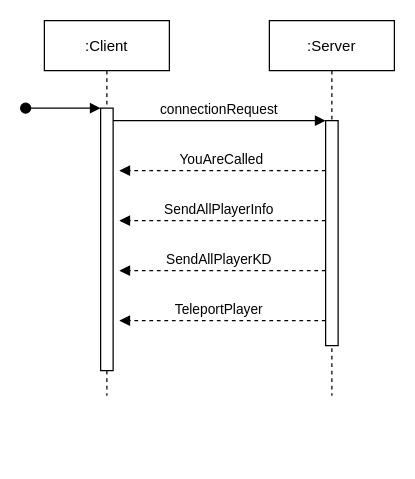
This is clientCreateConnection.drawio from ZHAW-IT19a-Raycasters/RayFighters-Docs, a draw.io file, before an edit. Source tidied: cells renumbered, new cells numbered last; positions are measured from the earlier drawing's top-left corner, leaving out a move shared by most shapes. Both pictures are drawn from the tidied source at 125%, with x=0, y=0 at pixel (25, 20).
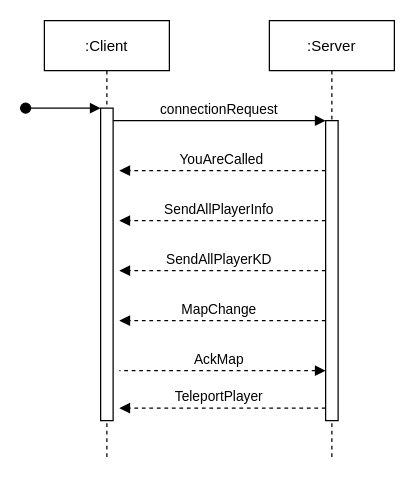
The same diagram, later.

Change to the diagram source:
```diff
@@
     <mxCell id="2" value=":Client" style="shape=umlLifeline;perimeter=lifelinePerimeter;rounded=0;shadow=0;strokeWidth=1;" parent="1" vertex="1">
-      <mxGeometry x="15" width="100" height="300" as="geometry" />
+      <mxGeometry x="15" width="100" height="350" as="geometry" />
     </mxCell>
     <mxCell id="3" style="points=[];perimeter=orthogonalPerimeter;rounded=0;shadow=0;strokeWidth=1;" parent="2" vertex="1">
-      <mxGeometry x="45" y="70" width="10" height="210" as="geometry" />
+      <mxGeometry x="45" y="70" width="10" height="250" as="geometry" />
     </mxCell>
@@
     <mxCell id="5" value=":Server" style="shape=umlLifeline;perimeter=lifelinePerimeter;rounded=0;shadow=0;strokeWidth=1;" parent="1" vertex="1">
-      <mxGeometry x="195" width="100" height="300" as="geometry" />
+      <mxGeometry x="195" width="100" height="350" as="geometry" />
     </mxCell>
     <mxCell id="6" style="points=[];perimeter=orthogonalPerimeter;rounded=0;shadow=0;strokeWidth=1;" parent="5" vertex="1">
-      <mxGeometry x="45" y="80" width="10" height="180" as="geometry" />
+      <mxGeometry x="45" y="80" width="10" height="240" as="geometry" />
     </mxCell>
@@
     <mxCell id="11" value="TeleportPlayer" style="verticalAlign=bottom;endArrow=block;entryX=1;entryY=0;shadow=0;strokeWidth=1;dashed=1;" parent="1" edge="1">
       <mxGeometry x="0.03" relative="1" as="geometry">
-        <mxPoint x="240" y="240" as="sourcePoint" />
-        <mxPoint x="75" y="240" as="targetPoint" />
+        <mxPoint x="240" y="310" as="sourcePoint" />
+        <mxPoint x="75" y="310" as="targetPoint" />
         <Array as="points">
-          <mxPoint x="145" y="240" />
+          <mxPoint x="145" y="310" />
         </Array>
       </mxGeometry>
     </mxCell>
+    <mxCell id="12" value="AckMap" style="verticalAlign=bottom;endArrow=none;entryX=1;entryY=0;shadow=0;strokeWidth=1;dashed=1;startArrow=block;startFill=1;endFill=0;" parent="1" edge="1">
+      <mxGeometry x="0.03" relative="1" as="geometry">
+        <mxPoint x="240" y="280" as="sourcePoint" />
+        <mxPoint x="75" y="280" as="targetPoint" />
+        <Array as="points">
+          <mxPoint x="145" y="280" />
+        </Array>
+      </mxGeometry>
+    </mxCell>
+    <mxCell id="13" value="MapChange" style="verticalAlign=bottom;endArrow=block;entryX=1;entryY=0;shadow=0;strokeWidth=1;dashed=1;" parent="1" edge="1">
+      <mxGeometry x="0.03" relative="1" as="geometry">
+        <mxPoint x="240" y="240" as="sourcePoint" />
+        <mxPoint x="75" y="240" as="targetPoint" />
+        <Array as="points">
+          <mxPoint x="145" y="240" />
+        </Array>
+      </mxGeometry>
+    </mxCell>
```
